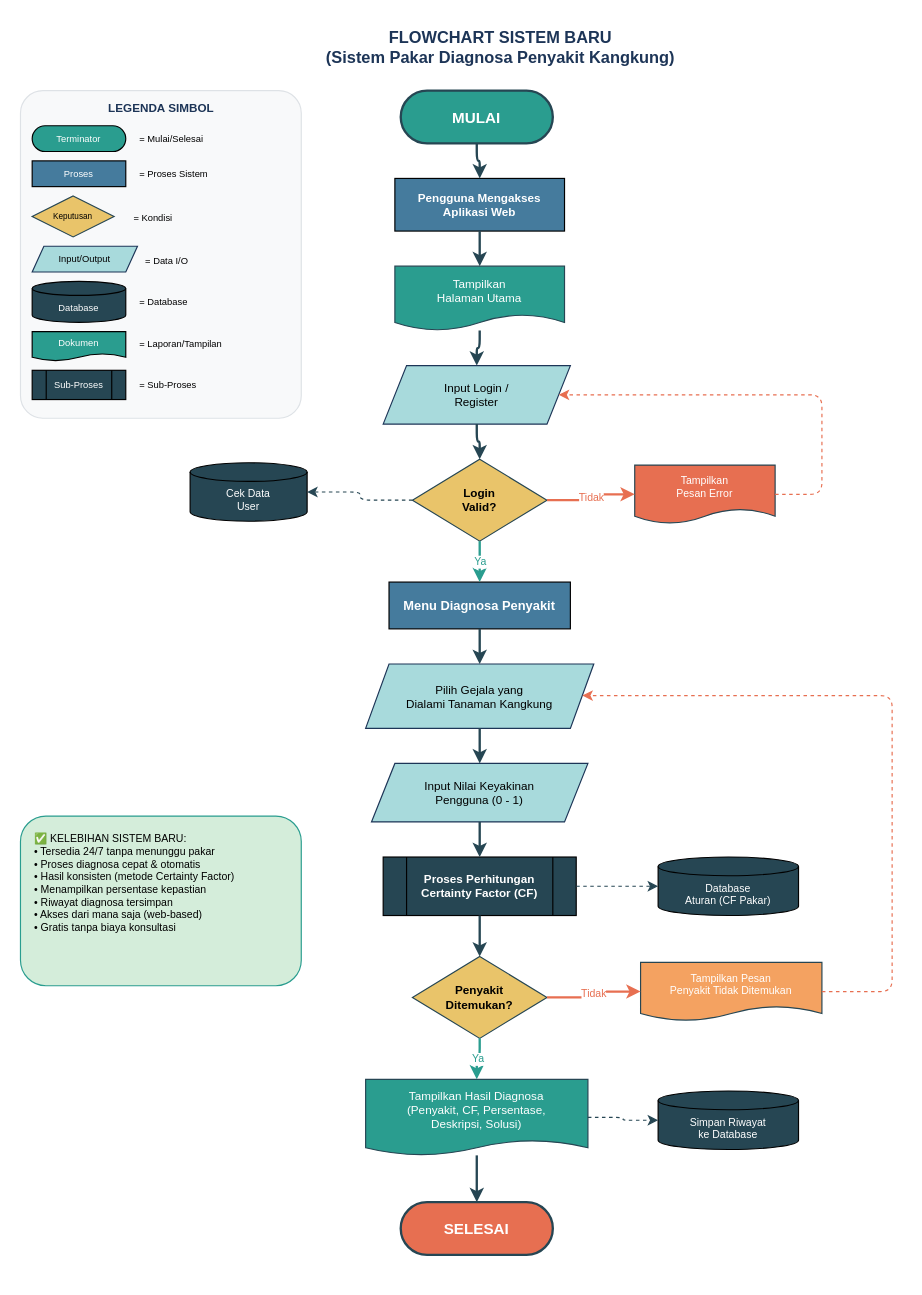
Before: diagram/flowchart/06-flowchart-sistem-baru.drawio in RajaSunrise/kangkungku, a draw.io diagram. Source tidied: cells renumbered, new cells numbered last; positions are measured from the earlier drawing's top-left corner, leaving out a move shared by most shapes. Both pictures are drawn from the tidied source at 117%, with x=0, y=0 at pixel (20, 20).
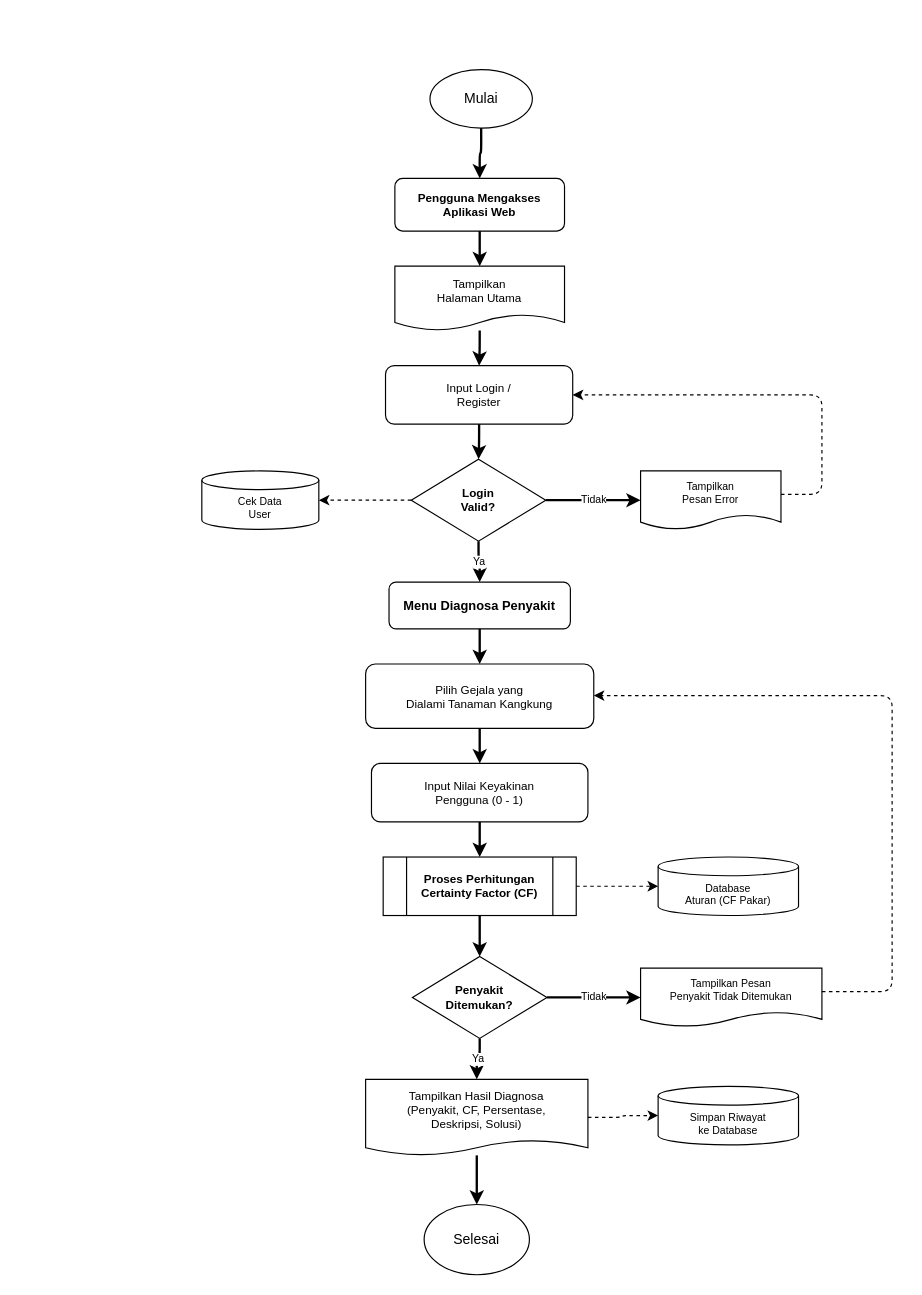
The same diagram, later.

The edit, as a diff of the source:
```diff
@@
-    <mxCell id="2" value="FLOWCHART SISTEM BARU&#10;(Sistem Pakar Diagnosa Penyakit Kangkung)" style="text;html=1;strokeColor=none;fillColor=none;align=center;verticalAlign=middle;fontSize=14;fontStyle=1;fontColor=#1D3557;" parent="1" vertex="1">
-      <mxGeometry x="185" width="450" height="45" as="geometry" />
-    </mxCell>
-    <mxCell id="3" value="MULAI" style="rounded=1;whiteSpace=wrap;html=1;arcSize=50;fillColor=#2A9D8F;fontColor=#FFFFFF;fontStyle=1;fontSize=13;strokeColor=#264653;strokeWidth=2;" parent="1" vertex="1">
-      <mxGeometry x="325" y="60" width="130" height="45" as="geometry" />
-    </mxCell>
-    <mxCell id="4" value="Pengguna Mengakses&#10;Aplikasi Web" style="rounded=0;whiteSpace=wrap;html=1;fillColor=#457B9D;fontColor=#FFFFFF;fontSize=10;fontStyle=1;" parent="1" vertex="1">
+    <mxCell id="4" value="Pengguna Mengakses&#10;Aplikasi Web" style="rounded=1;whiteSpace=wrap;html=1;fillColor=#FFFFFF;fontColor=#000000;fontSize=10;fontStyle=1;strokeColor=#000000;" parent="1" vertex="1">
       <mxGeometry x="320" y="135" width="145" height="45" as="geometry" />
     </mxCell>
-    <mxCell id="5" value="Tampilkan&#10;Halaman Utama" style="shape=document;whiteSpace=wrap;html=1;boundedLbl=1;backgroundOutline=1;fillColor=#2A9D8F;fontColor=#FFFFFF;fontSize=10;strokeColor=#264653;size=0.25;" parent="1" vertex="1">
+    <mxCell id="5" value="Tampilkan&#10;Halaman Utama" style="shape=document;whiteSpace=wrap;html=1;boundedLbl=1;backgroundOutline=1;fillColor=#FFFFFF;fontColor=#000000;fontSize=10;strokeColor=#000000;size=0.25;" parent="1" vertex="1">
       <mxGeometry x="320" y="210" width="145" height="55" as="geometry" />
     </mxCell>
-    <mxCell id="6" value="Input Login /&#10;Register" style="shape=parallelogram;perimeter=parallelogramPerimeter;whiteSpace=wrap;html=1;fixedSize=1;fillColor=#A8DADC;fontSize=10;strokeColor=#1D3557;size=20;" parent="1" vertex="1">
-      <mxGeometry x="310" y="295" width="160" height="50" as="geometry" />
+    <mxCell id="6" value="Input Login /&#10;Register" style="rounded=1;whiteSpace=wrap;html=1;fixedSize=1;fillColor=#FFFFFF;fontSize=10;strokeColor=#000000;size=20;fontColor=#000000;" parent="1" vertex="1">
+      <mxGeometry x="312" y="295" width="160" height="50" as="geometry" />
     </mxCell>
-    <mxCell id="7" value="Login&#10;Valid?" style="rhombus;whiteSpace=wrap;html=1;fillColor=#E9C46A;strokeColor=#264653;fontSize=10;fontStyle=1;" parent="1" vertex="1">
-      <mxGeometry x="335" y="375" width="115" height="70" as="geometry" />
+    <mxCell id="7" value="Login&#10;Valid?" style="rhombus;whiteSpace=wrap;html=1;fillColor=#FFFFFF;strokeColor=#000000;fontSize=10;fontStyle=1;fontColor=#000000;" parent="1" vertex="1">
+      <mxGeometry x="334" y="375" width="115" height="70" as="geometry" />
     </mxCell>
-    <mxCell id="8" value="Tampilkan&#10;Pesan Error" style="shape=document;whiteSpace=wrap;html=1;boundedLbl=1;backgroundOutline=1;fillColor=#E76F51;fontColor=#FFFFFF;fontSize=9;strokeColor=#264653;size=0.25;" parent="1" vertex="1">
-      <mxGeometry x="525" y="380" width="120" height="50" as="geometry" />
+    <mxCell id="8" value="Tampilkan&#10;Pesan Error" style="shape=document;whiteSpace=wrap;html=1;boundedLbl=1;backgroundOutline=1;fillColor=#FFFFFF;fontColor=#000000;fontSize=9;strokeColor=#000000;size=0.25;" parent="1" vertex="1">
+      <mxGeometry x="530" y="385" width="120" height="50" as="geometry" />
     </mxCell>
-    <mxCell id="9" value="Cek Data&#10;User" style="shape=cylinder3;whiteSpace=wrap;html=1;boundedLbl=1;backgroundOutline=1;fillColor=#264653;fontColor=#FFFFFF;fontSize=9;size=8;" parent="1" vertex="1">
-      <mxGeometry x="145" y="378" width="100" height="50" as="geometry" />
+    <mxCell id="9" value="Cek Data&#10;User" style="shape=cylinder3;whiteSpace=wrap;html=1;boundedLbl=1;backgroundOutline=1;fillColor=#FFFFFF;fontColor=#000000;fontSize=9;size=8;strokeColor=#000000;" parent="1" vertex="1">
+      <mxGeometry x="155" y="385" width="100" height="50" as="geometry" />
     </mxCell>
-    <mxCell id="10" value="Menu Diagnosa Penyakit" style="rounded=0;whiteSpace=wrap;html=1;fillColor=#457B9D;fontColor=#FFFFFF;fontSize=11;fontStyle=1;" parent="1" vertex="1">
+    <mxCell id="10" value="Menu Diagnosa Penyakit" style="rounded=1;whiteSpace=wrap;html=1;fillColor=#FFFFFF;fontColor=#000000;fontSize=11;fontStyle=1;strokeColor=#000000;" parent="1" vertex="1">
       <mxGeometry x="315" y="480" width="155" height="40" as="geometry" />
     </mxCell>
-    <mxCell id="11" value="Pilih Gejala yang&#10;Dialami Tanaman Kangkung" style="shape=parallelogram;perimeter=parallelogramPerimeter;whiteSpace=wrap;html=1;fixedSize=1;fillColor=#A8DADC;fontSize=10;strokeColor=#1D3557;size=20;" parent="1" vertex="1">
+    <mxCell id="11" value="Pilih Gejala yang&#10;Dialami Tanaman Kangkung" style="rounded=1;whiteSpace=wrap;html=1;fixedSize=1;fillColor=#FFFFFF;fontSize=10;strokeColor=#000000;size=20;fontColor=#000000;" parent="1" vertex="1">
       <mxGeometry x="295" y="550" width="195" height="55" as="geometry" />
     </mxCell>
-    <mxCell id="12" value="Input Nilai Keyakinan&#10;Pengguna (0 - 1)" style="shape=parallelogram;perimeter=parallelogramPerimeter;whiteSpace=wrap;html=1;fixedSize=1;fillColor=#A8DADC;fontSize=10;strokeColor=#1D3557;size=20;" parent="1" vertex="1">
+    <mxCell id="12" value="Input Nilai Keyakinan&#10;Pengguna (0 - 1)" style="rounded=1;whiteSpace=wrap;html=1;fixedSize=1;fillColor=#FFFFFF;fontSize=10;strokeColor=#000000;size=20;fontColor=#000000;" parent="1" vertex="1">
       <mxGeometry x="300" y="635" width="185" height="50" as="geometry" />
     </mxCell>
-    <mxCell id="13" value="Proses Perhitungan&#10;Certainty Factor (CF)" style="shape=process;whiteSpace=wrap;html=1;backgroundOutline=1;fillColor=#264653;fontColor=#FFFFFF;fontSize=10;fontStyle=1;size=0.12;" parent="1" vertex="1">
+    <mxCell id="13" value="Proses Perhitungan&#10;Certainty Factor (CF)" style="shape=process;whiteSpace=wrap;html=1;backgroundOutline=1;fillColor=#FFFFFF;fontColor=#000000;fontSize=10;fontStyle=1;size=0.12;strokeColor=#000000;" parent="1" vertex="1">
       <mxGeometry x="310" y="715" width="165" height="50" as="geometry" />
     </mxCell>
-    <mxCell id="14" value="Database&#10;Aturan (CF Pakar)" style="shape=cylinder3;whiteSpace=wrap;html=1;boundedLbl=1;backgroundOutline=1;fillColor=#264653;fontColor=#FFFFFF;fontSize=9;size=8;" parent="1" vertex="1">
+    <mxCell id="14" value="Database&#10;Aturan (CF Pakar)" style="shape=cylinder3;whiteSpace=wrap;html=1;boundedLbl=1;backgroundOutline=1;fillColor=#FFFFFF;fontColor=#000000;fontSize=9;size=8;strokeColor=#000000;" parent="1" vertex="1">
       <mxGeometry x="545" y="715" width="120" height="50" as="geometry" />
     </mxCell>
-    <mxCell id="15" value="Penyakit&#10;Ditemukan?" style="rhombus;whiteSpace=wrap;html=1;fillColor=#E9C46A;strokeColor=#264653;fontSize=10;fontStyle=1;" parent="1" vertex="1">
+    <mxCell id="15" value="Penyakit&#10;Ditemukan?" style="rhombus;whiteSpace=wrap;html=1;fillColor=#FFFFFF;strokeColor=#000000;fontSize=10;fontStyle=1;fontColor=#000000;" parent="1" vertex="1">
       <mxGeometry x="335" y="800" width="115" height="70" as="geometry" />
     </mxCell>
-    <mxCell id="16" value="Tampilkan Pesan&#10;Penyakit Tidak Ditemukan" style="shape=document;whiteSpace=wrap;html=1;boundedLbl=1;backgroundOutline=1;fillColor=#F4A261;fontColor=#FFFFFF;fontSize=9;strokeColor=#264653;size=0.25;" parent="1" vertex="1">
-      <mxGeometry x="530" y="805" width="155" height="50" as="geometry" />
+    <mxCell id="16" value="Tampilkan Pesan&#10;Penyakit Tidak Ditemukan" style="shape=document;whiteSpace=wrap;html=1;boundedLbl=1;backgroundOutline=1;fillColor=#FFFFFF;fontColor=#000000;fontSize=9;strokeColor=#000000;size=0.25;" parent="1" vertex="1">
+      <mxGeometry x="530" y="810" width="155" height="50" as="geometry" />
     </mxCell>
-    <mxCell id="17" value="Tampilkan Hasil Diagnosa&#10;(Penyakit, CF, Persentase,&#10;Deskripsi, Solusi)" style="shape=document;whiteSpace=wrap;html=1;boundedLbl=1;backgroundOutline=1;fillColor=#2A9D8F;fontColor=#FFFFFF;fontSize=10;strokeColor=#264653;size=0.2;" parent="1" vertex="1">
+    <mxCell id="17" value="Tampilkan Hasil Diagnosa&#10;(Penyakit, CF, Persentase,&#10;Deskripsi, Solusi)" style="shape=document;whiteSpace=wrap;html=1;boundedLbl=1;backgroundOutline=1;fillColor=#FFFFFF;fontColor=#000000;fontSize=10;strokeColor=#000000;size=0.2;" parent="1" vertex="1">
       <mxGeometry x="295" y="905" width="190" height="65" as="geometry" />
     </mxCell>
-    <mxCell id="18" value="Simpan Riwayat&#10;ke Database" style="shape=cylinder3;whiteSpace=wrap;html=1;boundedLbl=1;backgroundOutline=1;fillColor=#264653;fontColor=#FFFFFF;fontSize=9;size=8;" parent="1" vertex="1">
-      <mxGeometry x="545" y="915" width="120" height="50" as="geometry" />
+    <mxCell id="18" value="Simpan Riwayat&#10;ke Database" style="shape=cylinder3;whiteSpace=wrap;html=1;boundedLbl=1;backgroundOutline=1;fillColor=#FFFFFF;fontColor=#000000;fontSize=9;size=8;strokeColor=#000000;" parent="1" vertex="1">
+      <mxGeometry x="545" y="911" width="120" height="50" as="geometry" />
     </mxCell>
-    <mxCell id="19" value="SELESAI" style="rounded=1;whiteSpace=wrap;html=1;arcSize=50;fillColor=#E76F51;fontColor=#FFFFFF;fontStyle=1;fontSize=13;strokeColor=#264653;strokeWidth=2;" parent="1" vertex="1">
-      <mxGeometry x="325" y="1010" width="130" height="45" as="geometry" />
-    </mxCell>
-    <mxCell id="20" value="&lt;font color=&quot;#000000&quot;&gt;✅ KELEBIHAN SISTEM BARU:&lt;br&gt;• Tersedia 24/7 tanpa menunggu pakar&lt;br&gt;• Proses diagnosa cepat &amp;amp; otomatis&lt;br&gt;• Hasil konsisten (metode Certainty Factor)&lt;br&gt;• Menampilkan persentase kepastian&lt;br&gt;• Riwayat diagnosa tersimpan&lt;br&gt;• Akses dari mana saja (web-based)&lt;br&gt;• Gratis tanpa biaya konsultasi&lt;/font&gt;" style="rounded=1;whiteSpace=wrap;html=1;fillColor=#D4EDDA;strokeColor=#2A9D8F;fontSize=9;align=left;spacingLeft=10;verticalAlign=top;spacingTop=8;" parent="1" vertex="1">
-      <mxGeometry y="680" width="240" height="145" as="geometry" />
-    </mxCell>
-    <mxCell id="21" style="edgeStyle=orthogonalEdgeStyle;rounded=1;html=1;strokeColor=#264653;strokeWidth=2;" parent="1" edge="1" source="3" target="4">
-      <mxGeometry relative="1" as="geometry" />
-    </mxCell>
+    <mxCell id="55" style="edgeStyle=orthogonalEdgeStyle;rounded=1;html=1;strokeColor=#000000;strokeWidth=2;exitX=0.5;exitY=1;exitDx=0;exitDy=0;" parent="1" edge="1" source="57" target="4">
+      <mxGeometry relative="1" as="geometry" />
+    </mxCell>
-    <mxCell id="22" style="edgeStyle=orthogonalEdgeStyle;rounded=1;html=1;strokeColor=#264653;strokeWidth=2;" parent="1" edge="1" source="4" target="5">
+    <mxCell id="22" style="edgeStyle=orthogonalEdgeStyle;rounded=1;html=1;strokeColor=#000000;strokeWidth=2;" parent="1" edge="1" source="4" target="5">
       <mxGeometry relative="1" as="geometry" />
     </mxCell>
-    <mxCell id="23" style="edgeStyle=orthogonalEdgeStyle;rounded=1;html=1;strokeColor=#264653;strokeWidth=2;" parent="1" edge="1" source="5" target="6">
+    <mxCell id="23" style="edgeStyle=orthogonalEdgeStyle;rounded=1;html=1;strokeColor=#000000;strokeWidth=2;" parent="1" edge="1" source="5" target="6">
       <mxGeometry relative="1" as="geometry" />
     </mxCell>
-    <mxCell id="24" style="edgeStyle=orthogonalEdgeStyle;rounded=1;html=1;strokeColor=#264653;strokeWidth=2;" parent="1" edge="1" source="6" target="7">
+    <mxCell id="24" style="edgeStyle=orthogonalEdgeStyle;rounded=1;html=1;strokeColor=#000000;strokeWidth=2;" parent="1" edge="1" source="6" target="7">
       <mxGeometry relative="1" as="geometry" />
     </mxCell>
-    <mxCell id="25" value="Tidak" style="edgeStyle=orthogonalEdgeStyle;rounded=1;html=1;strokeColor=#E76F51;strokeWidth=2;fontColor=#E76F51;fontSize=9;" parent="1" edge="1" source="7" target="8">
+    <mxCell id="25" value="Tidak" style="edgeStyle=orthogonalEdgeStyle;rounded=1;html=1;strokeColor=#000000;strokeWidth=2;fontColor=#000000;fontSize=9;" parent="1" edge="1" source="7" target="8">
       <mxGeometry relative="1" as="geometry" />
     </mxCell>
-    <mxCell id="26" style="edgeStyle=orthogonalEdgeStyle;rounded=1;html=1;strokeColor=#E76F51;strokeWidth=1;dashed=1;" parent="1" edge="1" source="8" target="6">
+    <mxCell id="26" style="edgeStyle=orthogonalEdgeStyle;rounded=1;html=1;strokeColor=#000000;strokeWidth=1;dashed=1;" parent="1" edge="1" source="8" target="6">
       <mxGeometry relative="1" as="geometry">
         <Array as="points">
           <mxPoint x="685" y="405" />
           <mxPoint x="685" y="320" />
         </Array>
       </mxGeometry>
     </mxCell>
-    <mxCell id="27" style="edgeStyle=orthogonalEdgeStyle;rounded=1;html=1;strokeColor=#264653;strokeWidth=1;dashed=1;" parent="1" edge="1" source="7" target="9">
+    <mxCell id="27" style="edgeStyle=orthogonalEdgeStyle;rounded=1;html=1;strokeColor=#000000;strokeWidth=1;dashed=1;" parent="1" edge="1" source="7" target="9">
       <mxGeometry relative="1" as="geometry" />
     </mxCell>
-    <mxCell id="28" value="Ya" style="edgeStyle=orthogonalEdgeStyle;rounded=1;html=1;strokeColor=#2A9D8F;strokeWidth=2;fontColor=#2A9D8F;fontSize=9;" parent="1" edge="1" source="7" target="10">
+    <mxCell id="28" value="Ya" style="edgeStyle=orthogonalEdgeStyle;rounded=1;html=1;strokeColor=#000000;strokeWidth=2;fontColor=#000000;fontSize=9;" parent="1" edge="1" source="7" target="10">
       <mxGeometry relative="1" as="geometry" />
     </mxCell>
-    <mxCell id="29" style="edgeStyle=orthogonalEdgeStyle;rounded=1;html=1;strokeColor=#264653;strokeWidth=2;" parent="1" edge="1" source="10" target="11">
+    <mxCell id="29" style="edgeStyle=orthogonalEdgeStyle;rounded=1;html=1;strokeColor=#000000;strokeWidth=2;" parent="1" edge="1" source="10" target="11">
       <mxGeometry relative="1" as="geometry" />
     </mxCell>
-    <mxCell id="30" style="edgeStyle=orthogonalEdgeStyle;rounded=1;html=1;strokeColor=#264653;strokeWidth=2;" parent="1" edge="1" source="11" target="12">
+    <mxCell id="30" style="edgeStyle=orthogonalEdgeStyle;rounded=1;html=1;strokeColor=#000000;strokeWidth=2;" parent="1" edge="1" source="11" target="12">
       <mxGeometry relative="1" as="geometry" />
     </mxCell>
-    <mxCell id="31" style="edgeStyle=orthogonalEdgeStyle;rounded=1;html=1;strokeColor=#264653;strokeWidth=2;" parent="1" edge="1" source="12" target="13">
+    <mxCell id="31" style="edgeStyle=orthogonalEdgeStyle;rounded=1;html=1;strokeColor=#000000;strokeWidth=2;" parent="1" edge="1" source="12" target="13">
       <mxGeometry relative="1" as="geometry" />
     </mxCell>
-    <mxCell id="32" style="edgeStyle=orthogonalEdgeStyle;rounded=1;html=1;strokeColor=#264653;strokeWidth=1;dashed=1;" parent="1" edge="1" source="13" target="14">
+    <mxCell id="32" style="edgeStyle=orthogonalEdgeStyle;rounded=1;html=1;strokeColor=#000000;strokeWidth=1;dashed=1;" parent="1" edge="1" source="13" target="14">
       <mxGeometry relative="1" as="geometry" />
     </mxCell>
-    <mxCell id="33" style="edgeStyle=orthogonalEdgeStyle;rounded=1;html=1;strokeColor=#264653;strokeWidth=2;" parent="1" edge="1" source="13" target="15">
+    <mxCell id="33" style="edgeStyle=orthogonalEdgeStyle;rounded=1;html=1;strokeColor=#000000;strokeWidth=2;" parent="1" edge="1" source="13" target="15">
       <mxGeometry relative="1" as="geometry" />
     </mxCell>
-    <mxCell id="34" value="Tidak" style="edgeStyle=orthogonalEdgeStyle;rounded=1;html=1;strokeColor=#E76F51;strokeWidth=2;fontColor=#E76F51;fontSize=9;" parent="1" edge="1" source="15" target="16">
+    <mxCell id="34" value="Tidak" style="edgeStyle=orthogonalEdgeStyle;rounded=1;html=1;strokeColor=#000000;strokeWidth=2;fontColor=#000000;fontSize=9;" parent="1" edge="1" source="15" target="16">
       <mxGeometry relative="1" as="geometry" />
     </mxCell>
-    <mxCell id="35" style="edgeStyle=orthogonalEdgeStyle;rounded=1;html=1;strokeColor=#E76F51;strokeWidth=1;dashed=1;" parent="1" edge="1" source="16" target="11">
+    <mxCell id="35" style="edgeStyle=orthogonalEdgeStyle;rounded=1;html=1;strokeColor=#000000;strokeWidth=1;dashed=1;" parent="1" edge="1" source="16" target="11">
       <mxGeometry relative="1" as="geometry">
         <Array as="points">
           <mxPoint x="745" y="830" />
           <mxPoint x="745" y="577" />
         </Array>
       </mxGeometry>
     </mxCell>
-    <mxCell id="36" value="Ya" style="edgeStyle=orthogonalEdgeStyle;rounded=1;html=1;strokeColor=#2A9D8F;strokeWidth=2;fontColor=#2A9D8F;fontSize=9;" parent="1" edge="1" source="15" target="17">
+    <mxCell id="36" value="Ya" style="edgeStyle=orthogonalEdgeStyle;rounded=1;html=1;strokeColor=#000000;strokeWidth=2;fontColor=#000000;fontSize=9;" parent="1" edge="1" source="15" target="17">
       <mxGeometry relative="1" as="geometry" />
     </mxCell>
-    <mxCell id="37" style="edgeStyle=orthogonalEdgeStyle;rounded=1;html=1;strokeColor=#264653;strokeWidth=1;dashed=1;" parent="1" edge="1" source="17" target="18">
+    <mxCell id="37" style="edgeStyle=orthogonalEdgeStyle;rounded=1;html=1;strokeColor=#000000;strokeWidth=1;dashed=1;" parent="1" edge="1" source="17" target="18">
       <mxGeometry relative="1" as="geometry" />
     </mxCell>
-    <mxCell id="38" style="edgeStyle=orthogonalEdgeStyle;rounded=1;html=1;strokeColor=#264653;strokeWidth=2;" parent="1" edge="1" source="17" target="19">
-      <mxGeometry relative="1" as="geometry" />
-    </mxCell>
-    <mxCell id="39" style="rounded=1;whiteSpace=wrap;html=1;fillColor=#F8F9FA;strokeColor=#DEE2E6;arcSize=8;" parent="1" vertex="1">
-      <mxGeometry y="60" width="240" height="280" as="geometry" />
-    </mxCell>
-    <mxCell id="40" value="LEGENDA SIMBOL" style="text;html=1;strokeColor=none;fillColor=none;align=center;verticalAlign=middle;fontSize=10;fontStyle=1;fontColor=#1D3557;" parent="1" vertex="1">
-      <mxGeometry x="55" y="65" width="130" height="20" as="geometry" />
-    </mxCell>
-    <mxCell id="41" value="Terminator" style="rounded=1;whiteSpace=wrap;html=1;arcSize=50;fillColor=#2A9D8F;fontColor=#FFFFFF;fontSize=8;" parent="1" vertex="1">
-      <mxGeometry x="10" y="90" width="80" height="22" as="geometry" />
-    </mxCell>
-    <mxCell id="42" value="Proses" style="rounded=0;whiteSpace=wrap;html=1;fillColor=#457B9D;fontColor=#FFFFFF;fontSize=8;" parent="1" vertex="1">
-      <mxGeometry x="10" y="120" width="80" height="22" as="geometry" />
-    </mxCell>
-    <mxCell id="43" value="Keputusan" style="rhombus;whiteSpace=wrap;html=1;fillColor=#E9C46A;fontSize=7;strokeColor=#264653;" parent="1" vertex="1">
-      <mxGeometry x="10" y="150" width="70" height="35" as="geometry" />
-    </mxCell>
-    <mxCell id="44" value="Input/Output" style="shape=parallelogram;perimeter=parallelogramPerimeter;whiteSpace=wrap;html=1;fixedSize=1;fillColor=#A8DADC;fontSize=8;strokeColor=#1D3557;size=10;" parent="1" vertex="1">
-      <mxGeometry x="10" y="193" width="90" height="22" as="geometry" />
-    </mxCell>
-    <mxCell id="45" value="Database" style="shape=cylinder3;whiteSpace=wrap;html=1;boundedLbl=1;backgroundOutline=1;fillColor=#264653;fontColor=#FFFFFF;fontSize=8;size=6;" parent="1" vertex="1">
-      <mxGeometry x="10" y="223" width="80" height="35" as="geometry" />
-    </mxCell>
-    <mxCell id="46" value="Dokumen" style="shape=document;whiteSpace=wrap;html=1;boundedLbl=1;backgroundOutline=1;fillColor=#2A9D8F;fontColor=#FFFFFF;fontSize=8;size=0.25;" parent="1" vertex="1">
-      <mxGeometry x="10" y="266" width="80" height="25" as="geometry" />
-    </mxCell>
-    <mxCell id="47" value="Sub-Proses" style="shape=process;whiteSpace=wrap;html=1;backgroundOutline=1;fillColor=#264653;fontColor=#FFFFFF;fontSize=8;size=0.15;" parent="1" vertex="1">
-      <mxGeometry x="10" y="299" width="80" height="25" as="geometry" />
-    </mxCell>
-    <mxCell id="48" value="= Mulai/Selesai" style="text;html=1;strokeColor=none;fillColor=none;fontSize=8;align=left;" parent="1" vertex="1">
-      <mxGeometry x="100" y="90" width="100" height="22" as="geometry" />
-    </mxCell>
-    <mxCell id="49" value="= Proses Sistem" style="text;html=1;strokeColor=none;fillColor=none;fontSize=8;align=left;" parent="1" vertex="1">
-      <mxGeometry x="100" y="120" width="100" height="22" as="geometry" />
-    </mxCell>
-    <mxCell id="50" value="= Kondisi" style="text;html=1;strokeColor=none;fillColor=none;fontSize=8;align=left;" parent="1" vertex="1">
-      <mxGeometry x="95" y="158" width="100" height="22" as="geometry" />
-    </mxCell>
-    <mxCell id="51" value="= Data I/O" style="text;html=1;strokeColor=none;fillColor=none;fontSize=8;align=left;" parent="1" vertex="1">
-      <mxGeometry x="105" y="195" width="100" height="22" as="geometry" />
-    </mxCell>
-    <mxCell id="52" value="= Database" style="text;html=1;strokeColor=none;fillColor=none;fontSize=8;align=left;" parent="1" vertex="1">
-      <mxGeometry x="100" y="230" width="100" height="22" as="geometry" />
-    </mxCell>
-    <mxCell id="53" value="= Laporan/Tampilan" style="text;html=1;strokeColor=none;fillColor=none;fontSize=8;align=left;" parent="1" vertex="1">
-      <mxGeometry x="100" y="266" width="110" height="22" as="geometry" />
-    </mxCell>
-    <mxCell id="54" value="= Sub-Proses" style="text;html=1;strokeColor=none;fillColor=none;fontSize=8;align=left;" parent="1" vertex="1">
-      <mxGeometry x="100" y="301" width="100" height="22" as="geometry" />
-    </mxCell>
+    <mxCell id="56" style="edgeStyle=orthogonalEdgeStyle;rounded=1;html=1;strokeColor=#000000;strokeWidth=2;entryX=0.5;entryY=0;entryDx=0;entryDy=0;" parent="1" edge="1" source="17" target="58">
+      <mxGeometry relative="1" as="geometry" />
+    </mxCell>
+    <mxCell id="57" value="Mulai" style="ellipse;whiteSpace=wrap;html=1;fontColor=#000000;labelBackgroundColor=#FFFFFF;fillColor=#FFFFFF;strokeColor=#000000;" parent="1" vertex="1">
+      <mxGeometry x="350" y="42" width="87.5" height="50" as="geometry" />
+    </mxCell>
+    <mxCell id="58" value="Selesai" style="ellipse;whiteSpace=wrap;html=1;labelBackgroundColor=#FFFFFF;strokeColor=#000000;fontColor=#000000;fillColor=#FFFFFF;" parent="1" vertex="1">
+      <mxGeometry x="345" y="1012" width="90" height="60" as="geometry" />
+    </mxCell>
```
